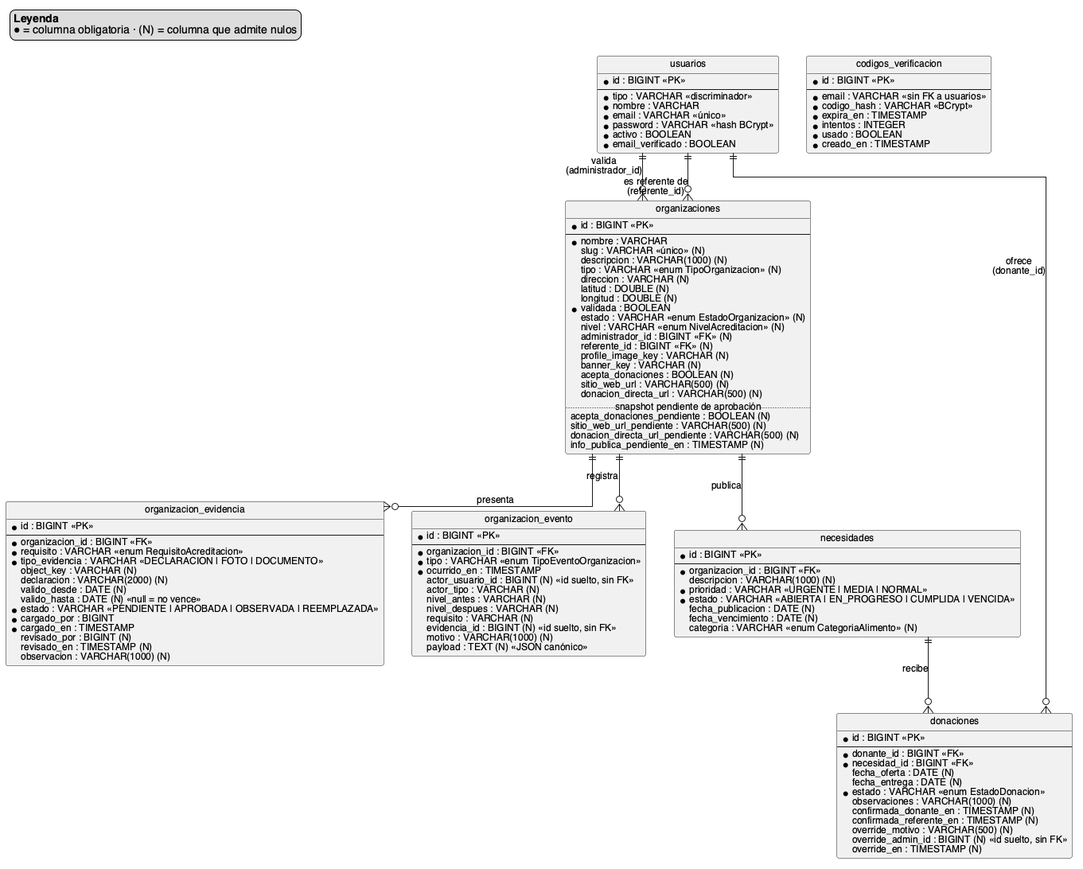
Before: docs/tesis/diagramas/estructura/der.png, a diagram exported from PlantUML (S21-Projects/hornero_monorepo). The source it was exported from:
```plantuml
@startuml

hide circle
skinparam linetype ortho
skinparam shadowing false
skinparam defaultFontName Helvetica
skinparam defaultFontSize 12
skinparam entity {
  BackgroundColor #FFFFFF
  BorderColor #444444
  FontColor #111111
}

legend top left
  <b>Leyenda</b>
  ● = columna obligatoria · (N) = columna que admite nulos
endlegend

entity "usuarios" as usuarios {
  * id : BIGINT <<PK>>
  --
  * tipo : VARCHAR <<discriminador>>
  * nombre : VARCHAR
  * email : VARCHAR <<único>>
  * password : VARCHAR <<hash BCrypt>>
  * activo : BOOLEAN
  * email_verificado : BOOLEAN
}

entity "organizaciones" as organizaciones {
  * id : BIGINT <<PK>>
  --
  * nombre : VARCHAR
  slug : VARCHAR <<único>> (N)
  descripcion : VARCHAR(1000) (N)
  tipo : VARCHAR <<enum TipoOrganizacion>> (N)
  direccion : VARCHAR (N)
  latitud : DOUBLE (N)
  longitud : DOUBLE (N)
  * validada : BOOLEAN
  estado : VARCHAR <<enum EstadoOrganizacion>> (N)
  nivel : VARCHAR <<enum NivelAcreditacion>> (N)
  administrador_id : BIGINT <<FK>> (N)
  referente_id : BIGINT <<FK>> (N)
  profile_image_key : VARCHAR (N)
  banner_key : VARCHAR (N)
  acepta_donaciones : BOOLEAN (N)
  sitio_web_url : VARCHAR(500) (N)
  donacion_directa_url : VARCHAR(500) (N)
  .. snapshot pendiente de aprobación ..
  acepta_donaciones_pendiente : BOOLEAN (N)
  sitio_web_url_pendiente : VARCHAR(500) (N)
  donacion_directa_url_pendiente : VARCHAR(500) (N)
  info_publica_pendiente_en : TIMESTAMP (N)
}

entity "organizacion_evidencia" as evidencia {
  * id : BIGINT <<PK>>
  --
  * organizacion_id : BIGINT <<FK>>
  * requisito : VARCHAR <<enum RequisitoAcreditacion>>
  * tipo_evidencia : VARCHAR <<DECLARACION | FOTO | DOCUMENTO>>
  object_key : VARCHAR (N)
  declaracion : VARCHAR(2000) (N)
  valido_desde : DATE (N)
  valido_hasta : DATE (N) <<null = no vence>>
  * estado : VARCHAR <<PENDIENTE | APROBADA | OBSERVADA | REEMPLAZADA>>
  * cargado_por : BIGINT
  * cargado_en : TIMESTAMP
  revisado_por : BIGINT (N)
  revisado_en : TIMESTAMP (N)
  observacion : VARCHAR(1000) (N)
}

entity "organizacion_evento" as evento {
  * id : BIGINT <<PK>>
  --
  * organizacion_id : BIGINT <<FK>>
  * tipo : VARCHAR <<enum TipoEventoOrganizacion>>
  * ocurrido_en : TIMESTAMP
  actor_usuario_id : BIGINT (N) <<id suelto, sin FK>>
  actor_tipo : VARCHAR (N)
  nivel_antes : VARCHAR (N)
  nivel_despues : VARCHAR (N)
  requisito : VARCHAR (N)
  evidencia_id : BIGINT (N) <<id suelto, sin FK>>
  motivo : VARCHAR(1000) (N)
  payload : TEXT (N) <<JSON canónico>>
}

entity "necesidades" as necesidades {
  * id : BIGINT <<PK>>
  --
  * organizacion_id : BIGINT <<FK>>
  descripcion : VARCHAR(1000) (N)
  * prioridad : VARCHAR <<URGENTE | MEDIA | NORMAL>>
  * estado : VARCHAR <<ABIERTA | EN_PROGRESO | CUMPLIDA | VENCIDA>>
  fecha_publicacion : DATE (N)
  fecha_vencimiento : DATE (N)
  categoria : VARCHAR <<enum CategoriaAlimento>> (N)
}

entity "donaciones" as donaciones {
  * id : BIGINT <<PK>>
  --
  * donante_id : BIGINT <<FK>>
  * necesidad_id : BIGINT <<FK>>
  fecha_oferta : DATE (N)
  fecha_entrega : DATE (N)
  * estado : VARCHAR <<enum EstadoDonacion>>
  observaciones : VARCHAR(1000) (N)
  confirmada_donante_en : TIMESTAMP (N)
  confirmada_referente_en : TIMESTAMP (N)
  override_motivo : VARCHAR(500) (N)
  override_admin_id : BIGINT (N) <<id suelto, sin FK>>
  override_en : TIMESTAMP (N)
}

entity "codigos_verificacion" as otp {
  * id : BIGINT <<PK>>
  --
  * email : VARCHAR <<sin FK a usuarios>>
  * codigo_hash : VARCHAR <<BCrypt>>
  * expira_en : TIMESTAMP
  * intentos : INTEGER
  * usado : BOOLEAN
  * creado_en : TIMESTAMP
}

usuarios ||--o{ organizaciones : "valida\n(administrador_id)"
usuarios ||--o{ organizaciones : "es referente de\n(referente_id)"
organizaciones ||--o{ necesidades : "publica"
necesidades ||--o{ donaciones : "recibe"
usuarios ||--o{ donaciones : "ofrece\n(donante_id)"
organizaciones ||--o{ evidencia : "presenta"
organizaciones ||--o{ evento : "registra"

@enduml
```
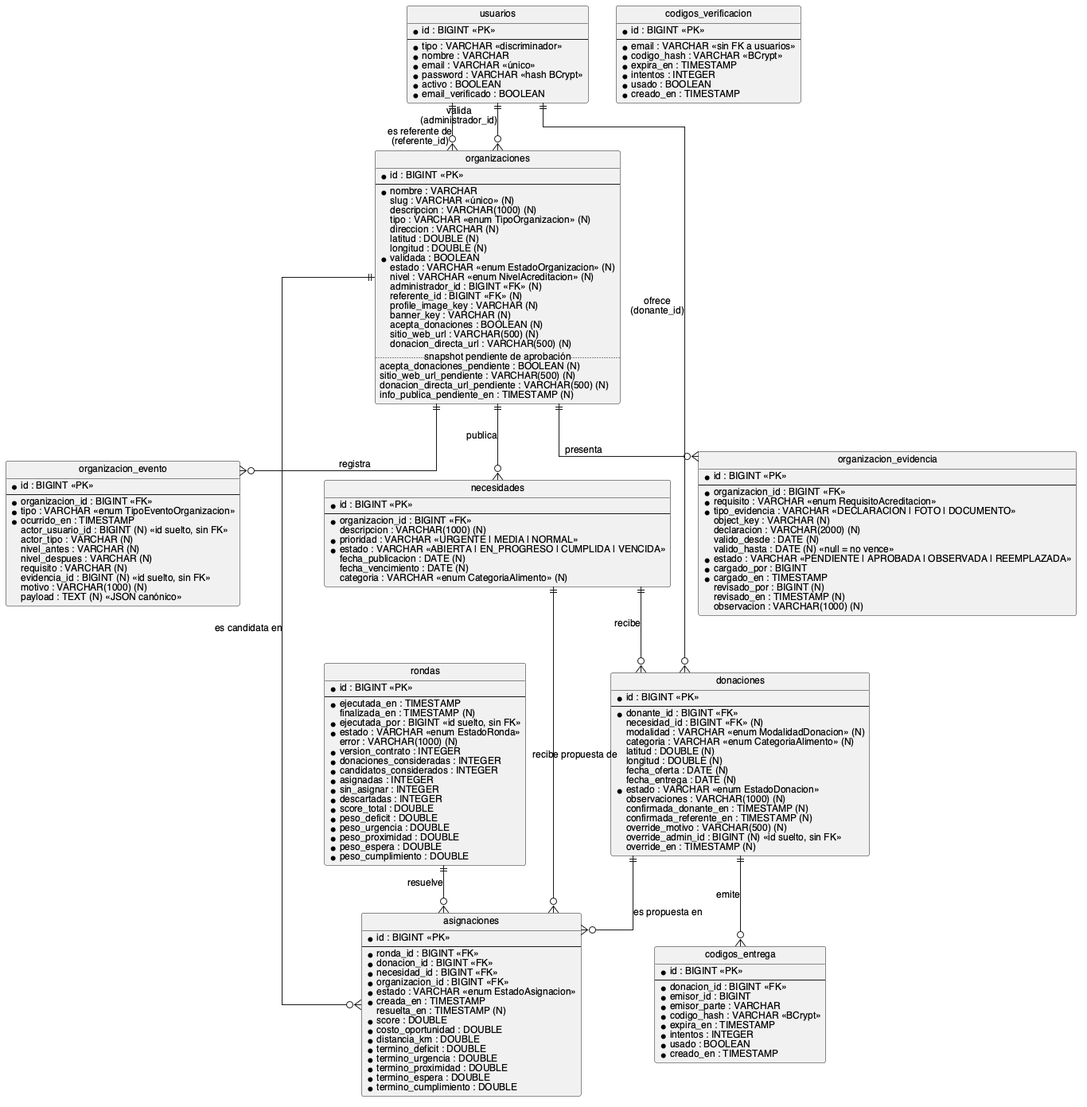
After the change.

Diff of the diagram source:
```diff
@@ -1,5 +1,4 @@
 @startuml
-
 hide circle
 skinparam linetype ortho
 skinparam shadowing false
@@ -10,11 +9,6 @@
   BorderColor #444444
   FontColor #111111
 }
-
-legend top left
-  <b>Leyenda</b>
-  ● = columna obligatoria · (N) = columna que admite nulos
-endlegend
 
 entity "usuarios" as usuarios {
   * id : BIGINT <<PK>>
@@ -104,7 +98,11 @@
   * id : BIGINT <<PK>>
   --
   * donante_id : BIGINT <<FK>>
-  * necesidad_id : BIGINT <<FK>>
+  necesidad_id : BIGINT <<FK>> (N)
+  modalidad : VARCHAR <<enum ModalidadDonacion>> (N)
+  categoria : VARCHAR <<enum CategoriaAlimento>> (N)
+  latitud : DOUBLE (N)
+  longitud : DOUBLE (N)
   fecha_oferta : DATE (N)
   fecha_entrega : DATE (N)
   * estado : VARCHAR <<enum EstadoDonacion>>
@@ -127,6 +125,61 @@
   * creado_en : TIMESTAMP
 }
 
+entity "codigos_entrega" as codigoEntrega {
+  * id : BIGINT <<PK>>
+  --
+  * donacion_id : BIGINT <<FK>>
+  * emisor_id : BIGINT
+  * emisor_parte : VARCHAR
+  * codigo_hash : VARCHAR <<BCrypt>>
+  * expira_en : TIMESTAMP
+  * intentos : INTEGER
+  * usado : BOOLEAN
+  * creado_en : TIMESTAMP
+}
+
+entity "rondas" as rondas {
+  * id : BIGINT <<PK>>
+  --
+  * ejecutada_en : TIMESTAMP
+  finalizada_en : TIMESTAMP (N)
+  * ejecutada_por : BIGINT <<id suelto, sin FK>>
+  * estado : VARCHAR <<enum EstadoRonda>>
+  error : VARCHAR(1000) (N)
+  * version_contrato : INTEGER
+  * donaciones_consideradas : INTEGER
+  * candidatos_considerados : INTEGER
+  * asignadas : INTEGER
+  * sin_asignar : INTEGER
+  * descartadas : INTEGER
+  * score_total : DOUBLE
+  * peso_deficit : DOUBLE
+  * peso_urgencia : DOUBLE
+  * peso_proximidad : DOUBLE
+  * peso_espera : DOUBLE
+  * peso_cumplimiento : DOUBLE
+}
+
+entity "asignaciones" as asignaciones {
+  * id : BIGINT <<PK>>
+  --
+  * ronda_id : BIGINT <<FK>>
+  * donacion_id : BIGINT <<FK>>
+  * necesidad_id : BIGINT <<FK>>
+  * organizacion_id : BIGINT <<FK>>
+  * estado : VARCHAR <<enum EstadoAsignacion>>
+  * creada_en : TIMESTAMP
+  resuelta_en : TIMESTAMP (N)
+  * score : DOUBLE
+  * costo_oportunidad : DOUBLE
+  * distancia_km : DOUBLE
+  * termino_deficit : DOUBLE
+  * termino_urgencia : DOUBLE
+  * termino_proximidad : DOUBLE
+  * termino_espera : DOUBLE
+  * termino_cumplimiento : DOUBLE
+}
+
 usuarios ||--o{ organizaciones : "valida\n(administrador_id)"
 usuarios ||--o{ organizaciones : "es referente de\n(referente_id)"
 organizaciones ||--o{ necesidades : "publica"
@@ -134,5 +187,10 @@
 usuarios ||--o{ donaciones : "ofrece\n(donante_id)"
 organizaciones ||--o{ evidencia : "presenta"
 organizaciones ||--o{ evento : "registra"
+donaciones ||--o{ codigoEntrega : "emite"
+rondas ||--o{ asignaciones : "resuelve"
+donaciones ||--o{ asignaciones : "es propuesta en"
+necesidades ||--o{ asignaciones : "recibe propuesta de"
+organizaciones ||--o{ asignaciones : "es candidata en"
 
 @enduml
```
